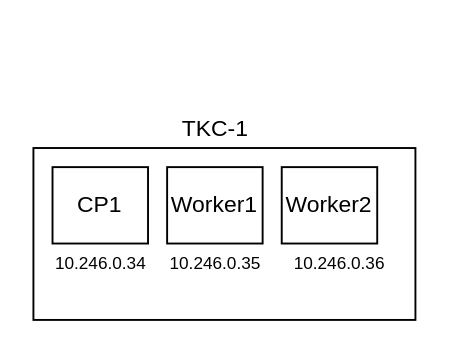
The draw.io diagram WCP TRACE.drawio in balaji3110/tkc, before the edit. Source tidied: cells renumbered, new cells numbered last; positions are measured from the earlier drawing's top-left corner, leaving out a move shared by most shapes. Both pictures are drawn from the tidied source at 191%, with x=0, y=0 at pixel (32, 109).
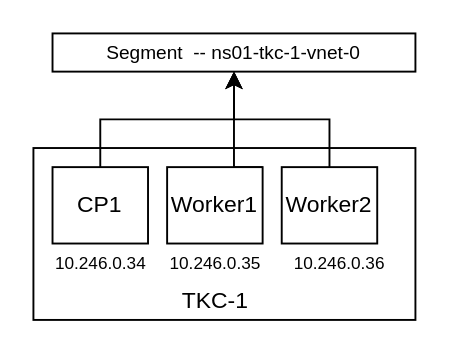
Above is the later version.

What changed in the source:
```diff
@@
 <mxGraphModel>
   <root>
     <mxCell id="0" />
     <mxCell id="1" parent="0" />
     <mxCell id="2" style="rounded=0;whiteSpace=wrap;html=1;" parent="1" vertex="1">
       <mxGeometry y="20" width="200" height="90" as="geometry" />
     </mxCell>
+    <mxCell id="10" style="edgeStyle=orthogonalEdgeStyle;rounded=0;jettySize=auto;html=1;exitX=0.5;exitY=0;exitDx=0;exitDy=0;entryX=0.5;entryY=1;entryDx=0;entryDy=0;fontSize=10;" parent="1" edge="1" source="3" target="13">
+      <mxGeometry relative="1" as="geometry" />
+    </mxCell>
     <mxCell id="3" value="CP1" style="rounded=0;whiteSpace=wrap;html=1;" parent="1" vertex="1">
       <mxGeometry x="10" y="30" width="50" height="40" as="geometry" />
     </mxCell>
+    <mxCell id="11" style="edgeStyle=orthogonalEdgeStyle;rounded=0;jettySize=auto;html=1;exitX=1;exitY=0;exitDx=0;exitDy=0;entryX=0.5;entryY=1;entryDx=0;entryDy=0;fontSize=10;" parent="1" edge="1" source="4" target="13">
+      <mxGeometry relative="1" as="geometry">
+        <Array as="points">
+          <mxPoint x="105" y="30" />
+        </Array>
+      </mxGeometry>
+    </mxCell>
     <mxCell id="4" value="Worker1" style="rounded=0;whiteSpace=wrap;html=1;" parent="1" vertex="1">
       <mxGeometry x="70" y="30" width="50" height="40" as="geometry" />
     </mxCell>
+    <mxCell id="12" style="edgeStyle=orthogonalEdgeStyle;rounded=0;jettySize=auto;html=1;exitX=0.5;exitY=0;exitDx=0;exitDy=0;entryX=0.5;entryY=1;entryDx=0;entryDy=0;fontSize=10;" parent="1" edge="1" source="5" target="13">
+      <mxGeometry relative="1" as="geometry" />
+    </mxCell>
     <mxCell id="5" value="Worker2" style="rounded=0;whiteSpace=wrap;html=1;" parent="1" vertex="1">
       <mxGeometry x="130" y="30" width="50" height="40" as="geometry" />
     </mxCell>
     <mxCell id="6" value="TKC-1" style="text;html=1;align=center;verticalAlign=middle;fillColor=none;strokeColor=none;rounded=0;" parent="1" vertex="1">
-      <mxGeometry x="70" width="50" height="20" as="geometry" />
+      <mxGeometry x="70" y="90" width="50" height="20" as="geometry" />
     </mxCell>
     <mxCell id="7" value="&lt;font style=&quot;font-size: 9px&quot;&gt;10.246.0.34&lt;/font&gt;" style="text;html=1;align=center;verticalAlign=middle;fillColor=none;strokeColor=none;rounded=0;" parent="1" vertex="1">
       <mxGeometry x="5" y="70" width="60" height="20" as="geometry" />
     </mxCell>
     <mxCell id="8" value="&lt;font style=&quot;font-size: 9px&quot;&gt;10.246.0.35&lt;/font&gt;" style="text;html=1;align=center;verticalAlign=middle;fillColor=none;strokeColor=none;rounded=0;" parent="1" vertex="1">
       <mxGeometry x="65" y="70" width="60" height="20" as="geometry" />
     </mxCell>
     <mxCell id="9" value="&lt;font style=&quot;font-size: 9px&quot;&gt;10.246.0.36&lt;br&gt;&lt;/font&gt;" style="text;html=1;align=center;verticalAlign=middle;fillColor=none;strokeColor=none;rounded=0;" parent="1" vertex="1">
       <mxGeometry x="130" y="70" width="60" height="20" as="geometry" />
     </mxCell>
+    <mxCell id="13" value="&lt;font style=&quot;font-size: 10px&quot;&gt;Segment&amp;nbsp; --&amp;nbsp;&lt;span&gt;ns01-tkc-1-vnet-0&lt;/span&gt;&lt;/font&gt;" style="rounded=0;whiteSpace=wrap;html=1;fontSize=9;" parent="1" vertex="1">
+      <mxGeometry x="10" y="-40" width="190" height="20" as="geometry" />
+    </mxCell>
   </root>
 </mxGraphModel>
```
